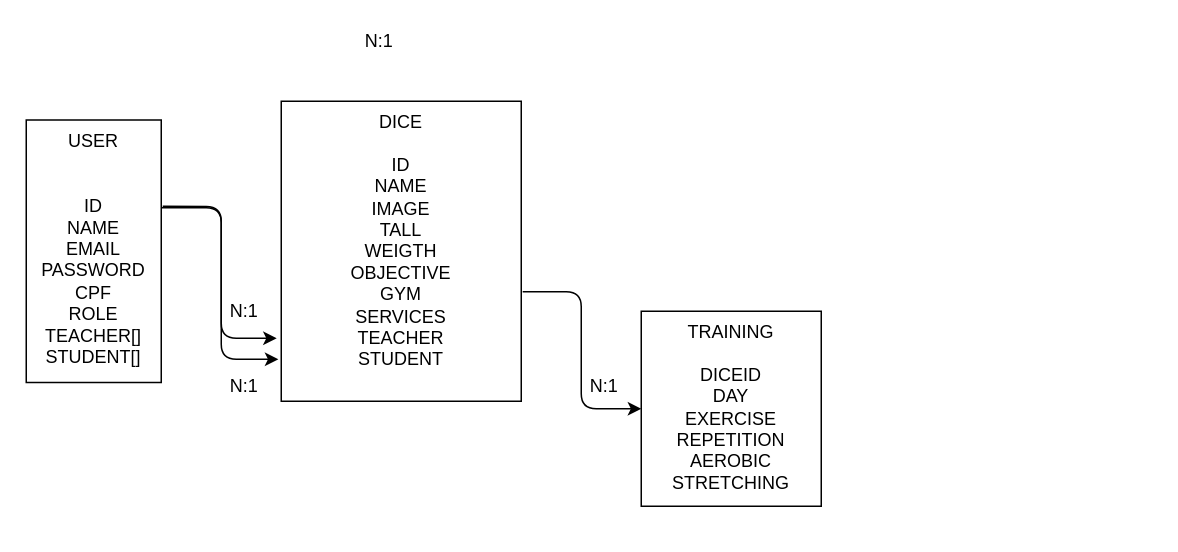
The draw.io diagram search-healthy/esquema.drawio in iuridantas/Search-healthy, before the edit. Source tidied: cells renumbered, new cells numbered last; positions are measured from the earlier drawing's top-left corner, leaving out a move shared by most shapes. Both pictures are drawn from the tidied source at 150%, with x=0, y=0 at pixel (26, 26).
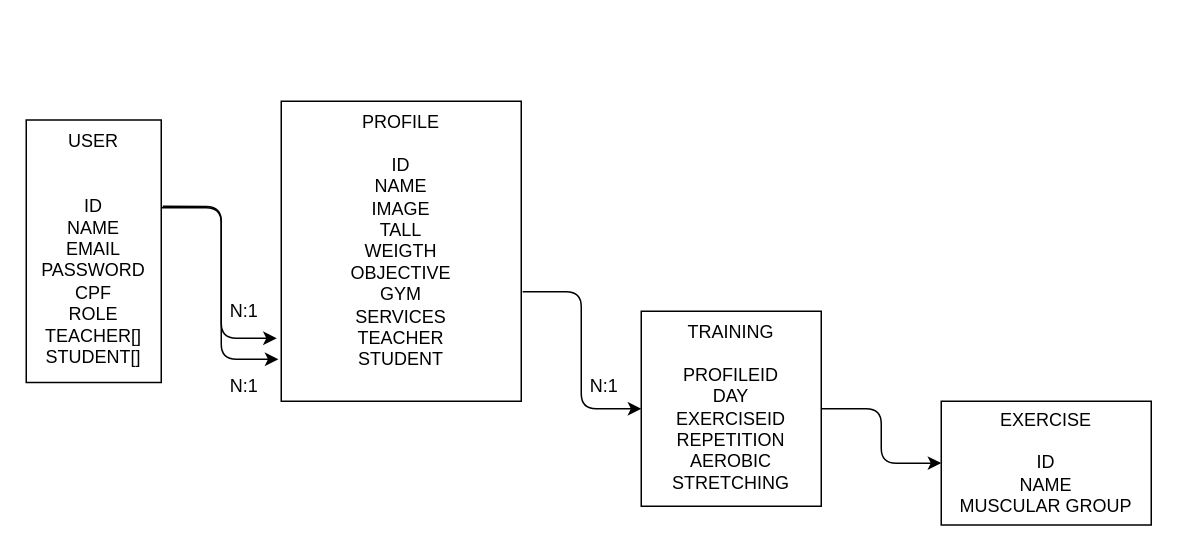
The same page after the edit.

Commit message (it also covers changes not shown here):
feat: create base structure profile

Diff of the diagram source:
```diff
@@
 <mxGraphModel>
   <root>
     <mxCell id="0" />
     <mxCell id="1" parent="0" />
-    <mxCell id="2" value="N:1" style="text;html=1;align=center;verticalAlign=middle;strokeColor=none;fillColor=none;" parent="1" vertex="1">
-      <mxGeometry x="220" width="30" height="20" as="geometry" />
-    </mxCell>
     <mxCell id="3" style="edgeStyle=orthogonalEdgeStyle;html=1;exitX=1;exitY=0.334;exitDx=0;exitDy=0;entryX=-0.019;entryY=0.79;entryDx=0;entryDy=0;entryPerimeter=0;exitPerimeter=0;" parent="1" edge="1" source="5" target="7">
       <mxGeometry relative="1" as="geometry" />
     </mxCell>
     <mxCell id="4" style="edgeStyle=orthogonalEdgeStyle;html=1;exitX=1.011;exitY=0.329;exitDx=0;exitDy=0;entryX=-0.012;entryY=0.86;entryDx=0;entryDy=0;entryPerimeter=0;exitPerimeter=0;" parent="1" edge="1" source="5" target="7">
       <mxGeometry relative="1" as="geometry" />
     </mxCell>
     <mxCell id="5" value="USER&lt;br&gt;&lt;br&gt;&lt;br&gt;ID&lt;br&gt;NAME&lt;br&gt;EMAIL&lt;br&gt;PASSWORD&lt;br&gt;CPF&lt;br&gt;ROLE&lt;br&gt;TEACHER[]&lt;br&gt;STUDENT[]" style="rounded=0;whiteSpace=wrap;html=1;fillColor=default;verticalAlign=top;" parent="1" vertex="1">
       <mxGeometry y="62.5" width="90" height="175" as="geometry" />
     </mxCell>
     <mxCell id="6" style="edgeStyle=orthogonalEdgeStyle;html=1;entryX=0;entryY=0.5;entryDx=0;entryDy=0;exitX=1.006;exitY=0.635;exitDx=0;exitDy=0;exitPerimeter=0;" parent="1" edge="1" source="7" target="8">
       <mxGeometry relative="1" as="geometry" />
     </mxCell>
-    <mxCell id="7" value="DICE&lt;br&gt;&lt;br&gt;ID&lt;br&gt;NAME&lt;br&gt;IMAGE&lt;br&gt;TALL&lt;br&gt;WEIGTH&lt;br&gt;OBJECTIVE&lt;br&gt;GYM&lt;br&gt;SERVICES&lt;br&gt;TEACHER&lt;br&gt;STUDENT" style="rounded=0;whiteSpace=wrap;html=1;fillColor=default;verticalAlign=top;" parent="1" vertex="1">
+    <mxCell id="7" value="PROFILE&lt;br&gt;&lt;br&gt;ID&lt;br&gt;NAME&lt;br&gt;IMAGE&lt;br&gt;TALL&lt;br&gt;WEIGTH&lt;br&gt;OBJECTIVE&lt;br&gt;GYM&lt;br&gt;SERVICES&lt;br&gt;TEACHER&lt;br&gt;STUDENT" style="rounded=0;whiteSpace=wrap;html=1;fillColor=default;verticalAlign=top;" parent="1" vertex="1">
       <mxGeometry x="170" y="50" width="160" height="200" as="geometry" />
     </mxCell>
+    <mxCell id="12" style="edgeStyle=orthogonalEdgeStyle;html=1;exitX=1;exitY=0.5;exitDx=0;exitDy=0;entryX=0;entryY=0.5;entryDx=0;entryDy=0;" parent="1" edge="1" source="8" target="13">
+      <mxGeometry relative="1" as="geometry" />
+    </mxCell>
-    <mxCell id="8" value="TRAINING&lt;br&gt;&lt;br&gt;DICEID&lt;br&gt;DAY&lt;br&gt;EXERCISE&lt;br&gt;REPETITION&lt;br&gt;AEROBIC&lt;br&gt;STRETCHING" style="rounded=0;whiteSpace=wrap;html=1;fillColor=default;verticalAlign=top;" parent="1" vertex="1">
+    <mxCell id="8" value="TRAINING&lt;br&gt;&lt;br&gt;PROFILEID&lt;br&gt;DAY&lt;br&gt;EXERCISEID&lt;br&gt;REPETITION&lt;br&gt;AEROBIC&lt;br&gt;STRETCHING" style="rounded=0;whiteSpace=wrap;html=1;fillColor=default;verticalAlign=top;" parent="1" vertex="1">
       <mxGeometry x="410" y="190" width="120" height="130" as="geometry" />
     </mxCell>
     <mxCell id="9" value="N:1" style="text;html=1;align=center;verticalAlign=middle;strokeColor=none;fillColor=none;" parent="1" vertex="1">
       <mxGeometry x="130" y="180" width="30" height="20" as="geometry" />
     </mxCell>
     <mxCell id="10" value="N:1" style="text;html=1;align=center;verticalAlign=middle;strokeColor=none;fillColor=none;" parent="1" vertex="1">
       <mxGeometry x="130" y="230" width="30" height="20" as="geometry" />
     </mxCell>
     <mxCell id="11" value="N:1" style="text;html=1;align=center;verticalAlign=middle;strokeColor=none;fillColor=none;" parent="1" vertex="1">
       <mxGeometry x="370" y="230" width="30" height="20" as="geometry" />
     </mxCell>
+    <mxCell id="13" value="EXERCISE&lt;br&gt;&lt;br&gt;ID&lt;br&gt;NAME&lt;br&gt;MUSCULAR GROUP" style="rounded=0;whiteSpace=wrap;html=1;" parent="1" vertex="1">
+      <mxGeometry x="610" y="250" width="140" height="82.5" as="geometry" />
+    </mxCell>
   </root>
 </mxGraphModel>
```
